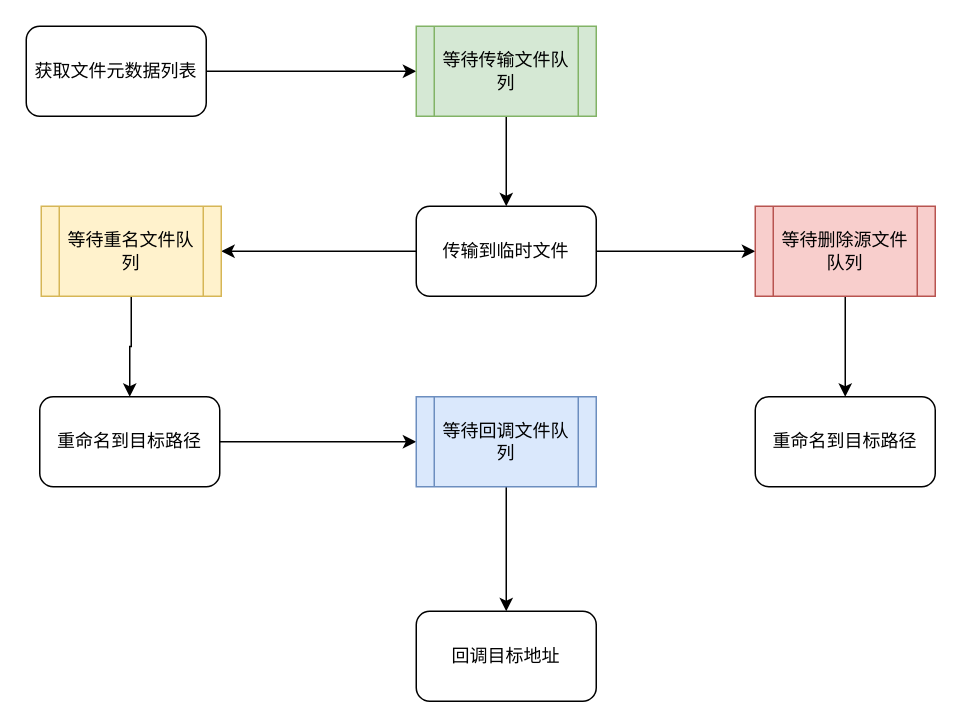
hashwing/draw keeps this draw.io diagram as ferry工作流程.drawio. Above is the earlier version. Source tidied: cells renumbered, new cells numbered last; positions are measured from the earlier drawing's top-left corner, leaving out a move shared by most shapes. Both pictures are drawn from the tidied source at 150%, with x=0, y=0 at pixel (26, 26).
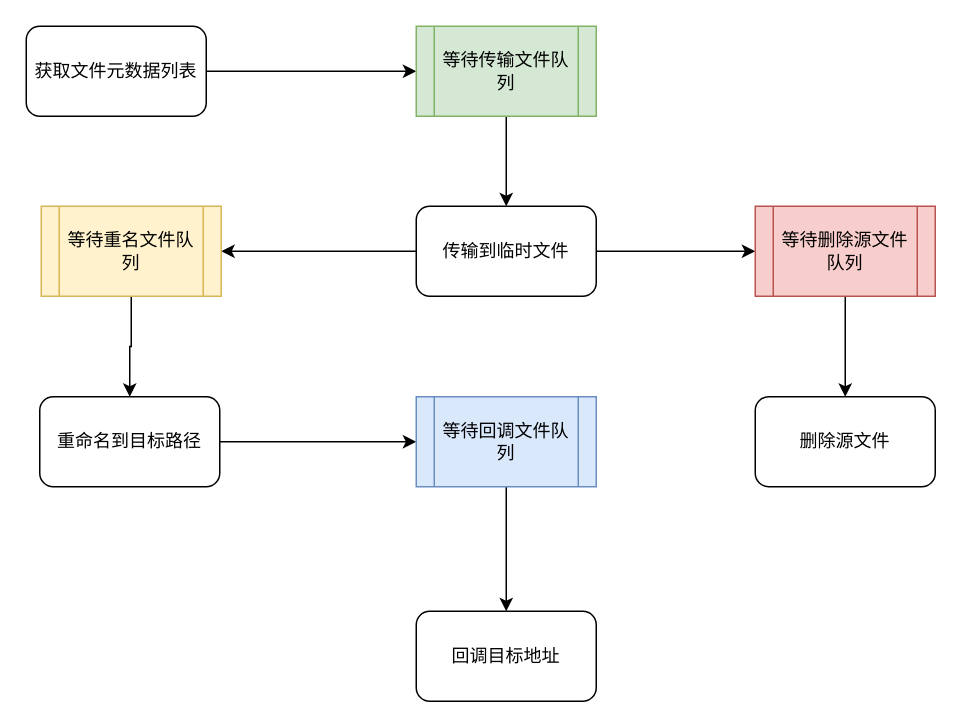
The same diagram, later.

Commit message:
更新ferry工作流程.drawio

Diff of the diagram source:
```diff
@@
 <mxGraphModel>
   <root>
     <mxCell id="0" />
     <mxCell id="1" parent="0" />
     <mxCell id="2" style="edgeStyle=orthogonalEdgeStyle;rounded=0;jettySize=auto;html=1;exitX=1;exitY=0.5;exitDx=0;exitDy=0;entryX=0;entryY=0.5;entryDx=0;entryDy=0;" parent="1" edge="1" source="3" target="8">
       <mxGeometry relative="1" as="geometry" />
     </mxCell>
     <mxCell id="3" value="获取文件元数据列表" style="rounded=1;whiteSpace=wrap;html=1;" parent="1" vertex="1">
       <mxGeometry width="120" height="60" as="geometry" />
     </mxCell>
     <mxCell id="4" style="edgeStyle=orthogonalEdgeStyle;rounded=0;jettySize=auto;html=1;exitX=0;exitY=0.5;exitDx=0;exitDy=0;" parent="1" edge="1" source="6" target="16">
       <mxGeometry relative="1" as="geometry" />
     </mxCell>
     <mxCell id="5" style="edgeStyle=orthogonalEdgeStyle;rounded=0;jettySize=auto;html=1;exitX=1;exitY=0.5;exitDx=0;exitDy=0;entryX=0;entryY=0.5;entryDx=0;entryDy=0;" parent="1" edge="1" source="6" target="14">
       <mxGeometry relative="1" as="geometry" />
     </mxCell>
     <mxCell id="6" value="传输到临时文件" style="rounded=1;whiteSpace=wrap;html=1;" parent="1" vertex="1">
       <mxGeometry x="260" y="120" width="120" height="60" as="geometry" />
     </mxCell>
     <mxCell id="7" style="edgeStyle=orthogonalEdgeStyle;rounded=0;jettySize=auto;html=1;entryX=0.5;entryY=0;entryDx=0;entryDy=0;" parent="1" edge="1" source="8" target="6">
       <mxGeometry relative="1" as="geometry" />
     </mxCell>
     <mxCell id="8" value="等待传输文件队列" style="shape=process;whiteSpace=wrap;html=1;backgroundOutline=1;fillColor=#d5e8d4;strokeColor=#82b366;" parent="1" vertex="1">
       <mxGeometry x="260" width="120" height="60" as="geometry" />
     </mxCell>
     <mxCell id="9" style="edgeStyle=orthogonalEdgeStyle;rounded=0;jettySize=auto;html=1;exitX=1;exitY=0.5;exitDx=0;exitDy=0;entryX=0;entryY=0.5;entryDx=0;entryDy=0;" parent="1" edge="1" source="10" target="18">
       <mxGeometry relative="1" as="geometry" />
     </mxCell>
     <mxCell id="10" value="重命名到目标路径" style="rounded=1;whiteSpace=wrap;html=1;" parent="1" vertex="1">
       <mxGeometry x="9" y="247" width="120" height="60" as="geometry" />
     </mxCell>
     <mxCell id="11" value="回调目标地址" style="rounded=1;whiteSpace=wrap;html=1;" parent="1" vertex="1">
       <mxGeometry x="260" y="390" width="120" height="60" as="geometry" />
     </mxCell>
-    <mxCell id="12" value="重命名到目标路径" style="rounded=1;whiteSpace=wrap;html=1;" parent="1" vertex="1">
+    <mxCell id="12" value="删除源文件" style="rounded=1;whiteSpace=wrap;html=1;" parent="1" vertex="1">
       <mxGeometry x="486" y="247" width="120" height="60" as="geometry" />
     </mxCell>
     <mxCell id="13" style="edgeStyle=orthogonalEdgeStyle;rounded=0;jettySize=auto;html=1;exitX=0.5;exitY=1;exitDx=0;exitDy=0;entryX=0.5;entryY=0;entryDx=0;entryDy=0;" parent="1" edge="1" source="14" target="12">
       <mxGeometry relative="1" as="geometry" />
     </mxCell>
     <mxCell id="14" value="等待删除源文件队列" style="shape=process;whiteSpace=wrap;html=1;backgroundOutline=1;fillColor=#f8cecc;strokeColor=#b85450;" parent="1" vertex="1">
       <mxGeometry x="486" y="120" width="120" height="60" as="geometry" />
     </mxCell>
     <mxCell id="15" style="edgeStyle=orthogonalEdgeStyle;rounded=0;jettySize=auto;html=1;exitX=0.5;exitY=1;exitDx=0;exitDy=0;entryX=0.5;entryY=0;entryDx=0;entryDy=0;" parent="1" edge="1" source="16" target="10">
       <mxGeometry relative="1" as="geometry" />
     </mxCell>
     <mxCell id="16" value="等待重名文件队列" style="shape=process;whiteSpace=wrap;html=1;backgroundOutline=1;fillColor=#fff2cc;strokeColor=#d6b656;" parent="1" vertex="1">
       <mxGeometry x="10" y="120" width="120" height="60" as="geometry" />
     </mxCell>
     <mxCell id="17" style="edgeStyle=orthogonalEdgeStyle;rounded=0;jettySize=auto;html=1;exitX=0.5;exitY=1;exitDx=0;exitDy=0;entryX=0.5;entryY=0;entryDx=0;entryDy=0;" parent="1" edge="1" source="18" target="11">
       <mxGeometry relative="1" as="geometry" />
     </mxCell>
     <mxCell id="18" value="等待回调文件队列" style="shape=process;whiteSpace=wrap;html=1;backgroundOutline=1;fillColor=#dae8fc;strokeColor=#6c8ebf;" parent="1" vertex="1">
       <mxGeometry x="260" y="247" width="120" height="60" as="geometry" />
     </mxCell>
   </root>
 </mxGraphModel>
```
